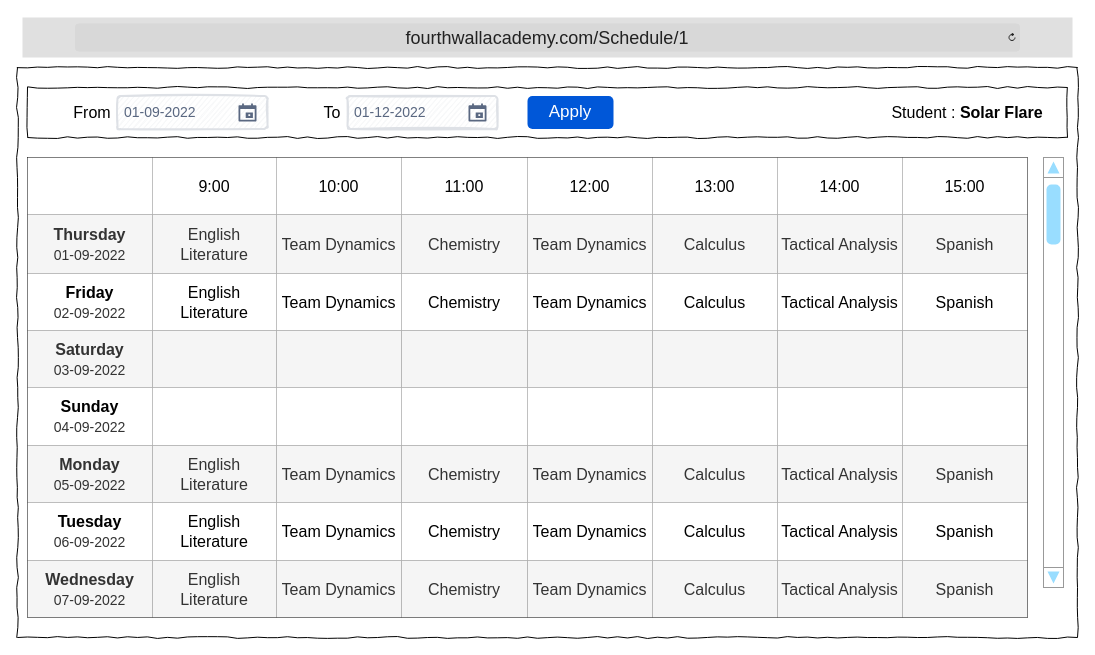
This is DesignDocument/Wireframes/4thWallAcademy_Schedule.drawio from TRed91/4thWallAcademy, a draw.io file, before an edit. Source tidied: cells renumbered, new cells numbered last; positions are measured from the earlier drawing's top-left corner, leaving out a move shared by most shapes. Both pictures are drawn from the tidied source at 100%, with x=0, y=0 at pixel (17, 17).
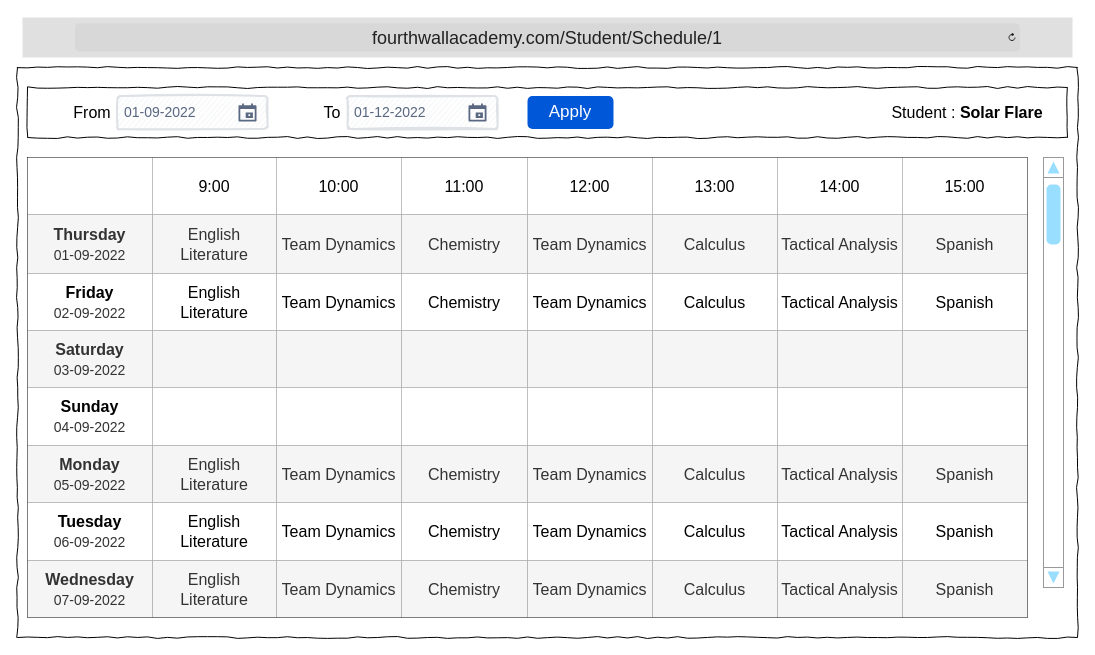
The same page after the edit.

Diff of the diagram source:
```diff
@@
-    <mxCell id="3" value="&lt;font style=&quot;font-size: 18px;&quot;&gt;fourthwallacademy.com/Schedule/1&lt;/font&gt;" style="html=1;strokeWidth=1;shadow=0;dashed=0;shape=mxgraph.ios7ui.url;fillColor=#e0e0e0;strokeColor=#c0c0c0;buttonText=;strokeColor2=#222222;fontColor=#222222;fontSize=8;spacingTop=2;align=center;whiteSpace=wrap;" parent="1" vertex="1">
+    <mxCell id="3" value="&lt;font style=&quot;font-size: 18px;&quot;&gt;fourthwallacademy.com/Student/Schedule/1&lt;/font&gt;" style="html=1;strokeWidth=1;shadow=0;dashed=0;shape=mxgraph.ios7ui.url;fillColor=#e0e0e0;strokeColor=#c0c0c0;buttonText=;strokeColor2=#222222;fontColor=#222222;fontSize=8;spacingTop=2;align=center;whiteSpace=wrap;" parent="1" vertex="1">
       <mxGeometry x="5" width="1050" height="40" as="geometry" />
     </mxCell>
```
